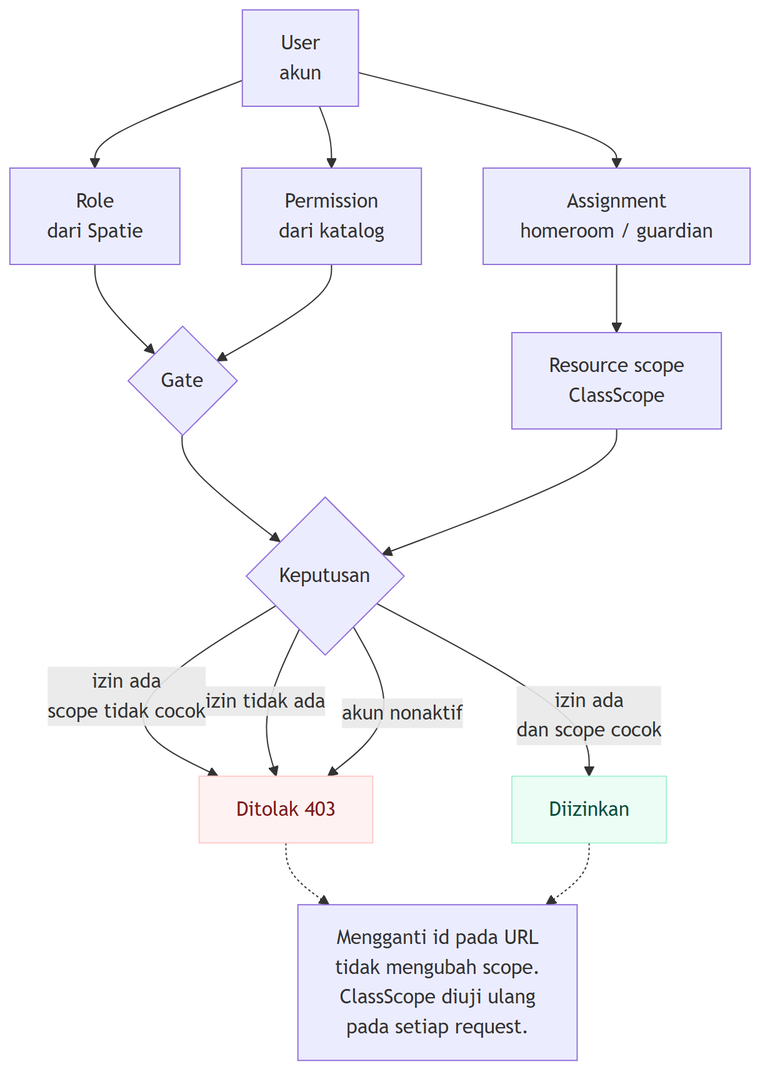
Before: docs/diagrams/rbac.png, a diagram exported from Mermaid (pujosety/Sistem-Informasi-Data-Siswa). Its source is kept beside it as docs/diagrams/rbac.mmd. Source of this version:
```mermaid
flowchart TD
    U["User<br/>akun"] --> R["Role<br/>dari Spatie"]
    U --> A["Assignment<br/>homeroom / guardian"]
    U --> P["Permission<br/>dari katalog"]

    R --> GATE{"Gate"}
    P --> GATE
    A --> SCOPE["Resource scope<br/>ClassScope"]

    GATE --> DECIDE{"Keputusan"}
    SCOPE --> DECIDE

    DECIDE -->|"izin ada<br/>dan scope cocok"| ALLOW["Diizinkan"]
    DECIDE -->|"izin ada<br/>scope tidak cocok"| DENY["Ditolak 403"]
    DECIDE -->|"izin tidak ada"| DENY
    DECIDE -->|"akun nonaktif"| DENY

    NOTE["Mengganti id pada URL<br/>tidak mengubah scope.<br/>ClassScope diuji ulang<br/>pada setiap request."]

    DENY -.-> NOTE
    ALLOW -.-> NOTE

    classDef deny fill:#fef2f2,stroke:#fecaca,color:#7f1d1d
    classDef allow fill:#ecfdf5,stroke:#a7f3d0,color:#064e3b
    class DENY deny
    class ALLOW allow
```
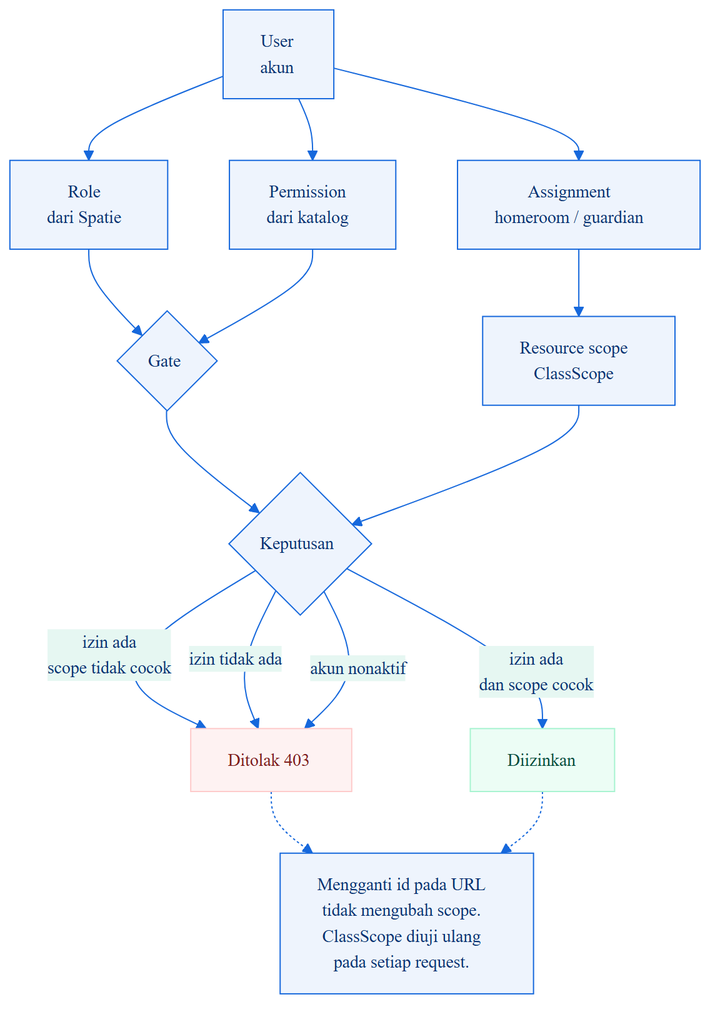
After the change.

Diff of the diagram source:
```diff
@@ -1,3 +1,7 @@
+%%{init: {"theme": "base", "themeVariables": {"primaryColor": "#eef4fd", "primaryTextColor": "#0b3375", "primaryBorderColor": "#1668dc", "lineColor": "#1668dc", "secondaryColor": "#e6f7f2", "tertiaryColor": "#f5f7fb", "fontFamily": "Inter, ui-sans-serif, system-ui, sans-serif", "fontSize": "14px"}}}%%
+
+
+
 flowchart TD
     U["User<br/>akun"] --> R["Role<br/>dari Spatie"]
     U --> A["Assignment<br/>homeroom / guardian"]
```
